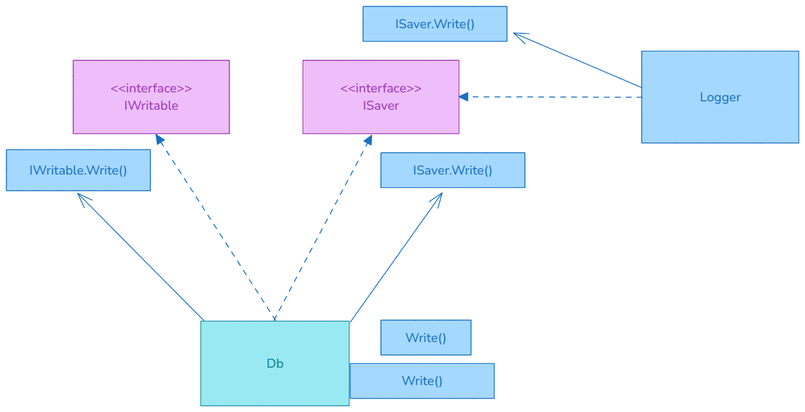
Above: img/10_interface.excalidraw.png in silvercodes/p41_dotnet_cs (Excalidraw), before the change. Source tidied: one line per element, renumbered; positions are measured from the earlier drawing's top-left corner, leaving out a move shared by most shapes.
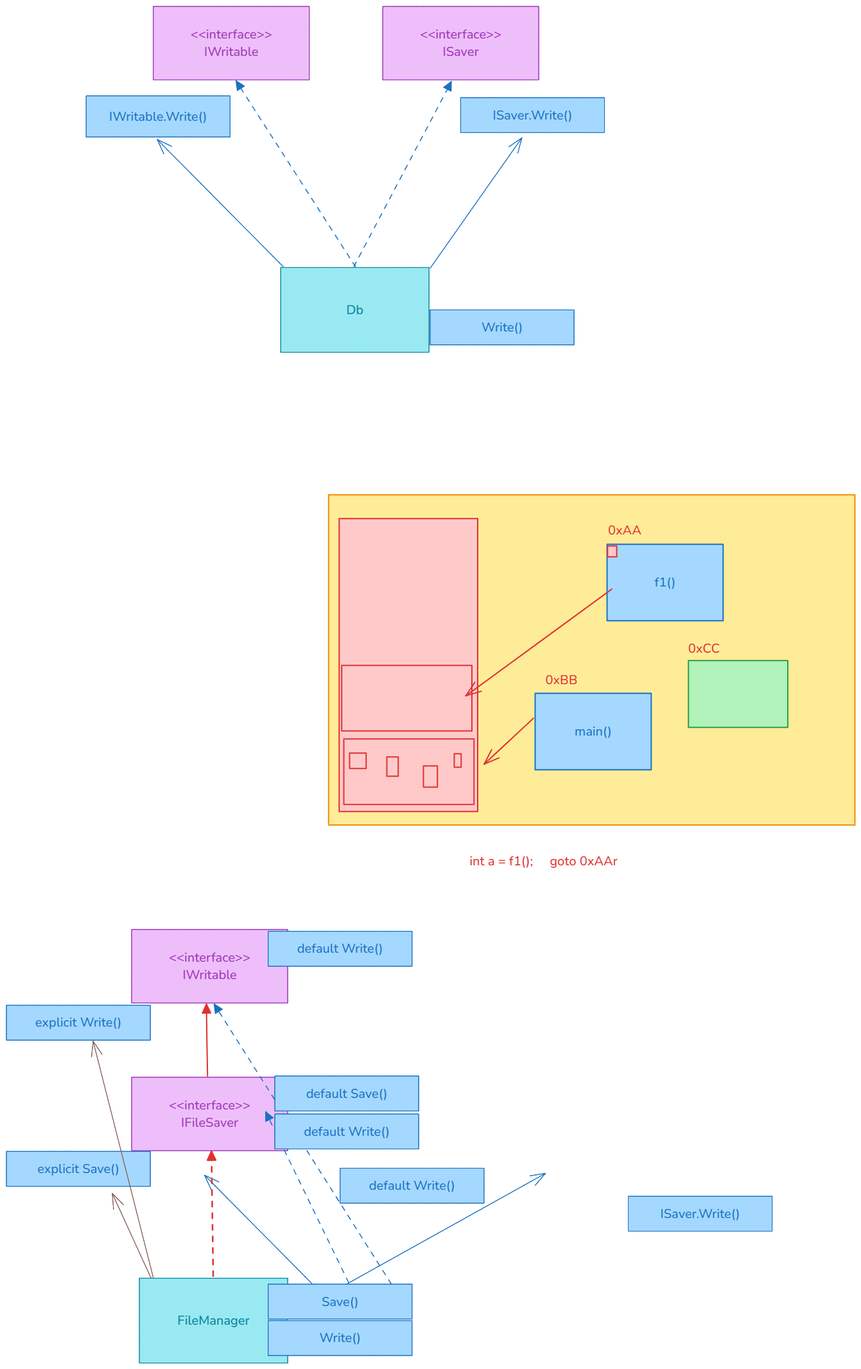
Above is the later version.

Diff of the diagram source:
```diff
@@ -7,10 +7,51 @@
 {"id": 6, "type": "arrow", "strokeColor": "#1971c2", "backgroundColor": "#a5d8ff", "fillStyle": "solid", "strokeWidth": 1, "strokeStyle": "dashed", "roughness": 0, "endArrowhead": "triangle", "round": true, "from": 4, "to": 0, "x": 419, "y": 405, "width": 186, "height": 289, "points": [[0, 0], [-186, -289]]}
 {"id": 7, "type": "arrow", "strokeColor": "#1971c2", "backgroundColor": "#a5d8ff", "fillStyle": "solid", "strokeWidth": 1, "strokeStyle": "dashed", "roughness": 0, "endArrowhead": "triangle", "round": true, "from": 4, "to": 2, "x": 417, "y": 405, "width": 152, "height": 288, "points": [[0, 0], [152, -288]]}
 {"id": 8, "type": "rectangle", "strokeColor": "#1971c2", "backgroundColor": "#a5d8ff", "fillStyle": "solid", "strokeWidth": 1, "roughness": 0, "x": 0, "y": 139, "width": 224, "height": 64}
-{"id": 9, "type": "text", "text": "IWritable.Write()", "strokeColor": "#1971c2", "backgroundColor": "#a5d8ff", "fillStyle": "solid", "strokeWidth": 1, "roughness": 0, "fontSize": 20, "fontFamily": 6, "textAlign": "center", "verticalAlign": "middle", "inside": 8, "x": 36, "y": 158, "width": 153, "height": 27}
+{"id": 9, "type": "text", "text": "IWritable.Write()", "strokeColor": "#1971c2", "backgroundColor": "#a5d8ff", "fillStyle": "solid", "strokeWidth": 1, "roughness": 0, "fontSize": 20, "fontFamily": 6, "textAlign": "center", "verticalAlign": "middle", "inside": 8, "x": 35, "y": 158, "width": 153, "height": 27}
-{"id": 10, "type": "rectangle", "strokeColor": "#1971c2", "backgroundColor": "#a5d8ff", "fillStyle": "solid", "strokeWidth": 1, "roughness": 0, "x": 583, "y": 144, "width": 224, "height": 54}
+{"id": 10, "type": "rectangle", "strokeColor": "#1971c2", "backgroundColor": "#a5d8ff", "fillStyle": "solid", "strokeWidth": 1, "roughness": 0, "x": 583, "y": 142, "width": 224, "height": 54}
-{"id": 11, "type": "text", "text": "ISaver.Write()", "strokeColor": "#1971c2", "backgroundColor": "#a5d8ff", "fillStyle": "solid", "strokeWidth": 1, "roughness": 0, "fontSize": 20, "fontFamily": 6, "textAlign": "center", "verticalAlign": "middle", "inside": 10, "x": 633, "y": 158, "width": 124, "height": 27}
+{"id": 11, "type": "text", "text": "ISaver.Write()", "strokeColor": "#1971c2", "backgroundColor": "#a5d8ff", "fillStyle": "solid", "strokeWidth": 1, "roughness": 0, "fontSize": 20, "fontFamily": 6, "textAlign": "center", "verticalAlign": "middle", "inside": 10, "x": 633, "y": 156, "width": 124, "height": 27}
 {"id": 12, "type": "arrow", "strokeColor": "#1971c2", "backgroundColor": "#a5d8ff", "fillStyle": "solid", "strokeWidth": 1, "roughness": 0, "endArrowhead": "arrow", "round": true, "from": 4, "to": 8, "x": 307, "y": 405, "width": 196, "height": 198, "points": [[0, 0], [-196, -198]]}
-{"id": 13, "type": "arrow", "strokeColor": "#1971c2", "backgroundColor": "#a5d8ff", "fillStyle": "solid", "strokeWidth": 1, "roughness": 0, "endArrowhead": "arrow", "round": true, "from": 4, "to": 10, "x": 535, "y": 408, "width": 143, "height": 202, "points": [[0, 0], [143, -202]]}
+{"id": 13, "type": "arrow", "strokeColor": "#1971c2", "backgroundColor": "#a5d8ff", "fillStyle": "solid", "strokeWidth": 1, "roughness": 0, "endArrowhead": "arrow", "round": true, "from": 4, "to": 10, "x": 535, "y": 408, "width": 143, "height": 203, "points": [[0, 0], [143, -203]]}
 {"id": 14, "type": "rectangle", "strokeColor": "#1971c2", "backgroundColor": "#a5d8ff", "fillStyle": "solid", "strokeWidth": 1, "roughness": 0, "x": 535, "y": 472, "width": 224, "height": 54}
 {"id": 15, "type": "text", "text": "Write()", "strokeColor": "#1971c2", "backgroundColor": "#a5d8ff", "fillStyle": "solid", "strokeWidth": 1, "roughness": 0, "fontSize": 20, "fontFamily": 6, "textAlign": "center", "verticalAlign": "middle", "inside": 14, "x": 615, "y": 486, "width": 65, "height": 27}
+{"id": 16, "type": "rectangle", "strokeColor": "#f08c00", "backgroundColor": "#ffec99", "fillStyle": "solid", "strokeWidth": 2, "roughness": 0, "x": 377, "y": 760, "width": 820, "height": 514}
+{"id": 17, "type": "rectangle", "strokeColor": "#2f9e44", "backgroundColor": "#b2f2bb", "fillStyle": "solid", "strokeWidth": 2, "roughness": 0, "x": 937, "y": 1018, "width": 155, "height": 104}
+{"id": 18, "type": "rectangle", "strokeColor": "#1971c2", "backgroundColor": "#a5d8ff", "fillStyle": "solid", "strokeWidth": 2, "roughness": 0, "x": 811, "y": 837, "width": 181, "height": 119}
+{"id": 19, "type": "text", "text": "f1()", "strokeColor": "#1971c2", "backgroundColor": "#a5d8ff", "fillStyle": "solid", "strokeWidth": 2, "roughness": 0, "fontSize": 20, "fontFamily": 6, "textAlign": "center", "verticalAlign": "middle", "inside": 18, "x": 885, "y": 883, "width": 33, "height": 27}
+{"id": 20, "type": "rectangle", "strokeColor": "#1971c2", "backgroundColor": "#a5d8ff", "fillStyle": "solid", "strokeWidth": 2, "roughness": 0, "x": 699, "y": 1069, "width": 181, "height": 119}
+{"id": 21, "type": "text", "text": "main()", "strokeColor": "#1971c2", "backgroundColor": "#a5d8ff", "fillStyle": "solid", "strokeWidth": 2, "roughness": 0, "fontSize": 20, "fontFamily": 6, "textAlign": "center", "verticalAlign": "middle", "inside": 20, "x": 760, "y": 1115, "width": 58, "height": 27}
+{"id": 22, "type": "rectangle", "strokeColor": "#e03131", "backgroundColor": "#ffc9c9", "fillStyle": "solid", "strokeWidth": 2, "roughness": 0, "x": 394, "y": 797, "width": 216, "height": 456}
+{"id": 23, "type": "rectangle", "strokeColor": "#e03131", "backgroundColor": "#ffc9c9", "fillStyle": "solid", "strokeWidth": 2, "roughness": 0, "x": 401, "y": 1140, "width": 203, "height": 102}
+{"id": 24, "type": "rectangle", "strokeColor": "#e03131", "backgroundColor": "#ffc9c9", "fillStyle": "solid", "strokeWidth": 2, "roughness": 0, "x": 410, "y": 1162, "width": 26, "height": 24}
+{"id": 25, "type": "rectangle", "strokeColor": "#e03131", "backgroundColor": "#ffc9c9", "fillStyle": "solid", "strokeWidth": 2, "roughness": 0, "x": 468, "y": 1168, "width": 18, "height": 30}
+{"id": 26, "type": "rectangle", "strokeColor": "#e03131", "backgroundColor": "#ffc9c9", "fillStyle": "solid", "strokeWidth": 2, "roughness": 0, "x": 525, "y": 1182, "width": 22, "height": 33}
+{"id": 27, "type": "rectangle", "strokeColor": "#e03131", "backgroundColor": "#ffc9c9", "fillStyle": "solid", "strokeWidth": 2, "roughness": 0, "x": 573, "y": 1163, "width": 11, "height": 21}
+{"id": 28, "type": "arrow", "strokeColor": "#e03131", "backgroundColor": "#ffc9c9", "fillStyle": "solid", "strokeWidth": 2, "roughness": 0, "endArrowhead": "arrow", "round": true, "from": 20, "to": 23, "x": 696, "y": 1108, "width": 77, "height": 71, "points": [[0, 0], [-77, 71]]}
+{"id": 29, "type": "text", "text": "int a = f1();     goto 0xAAr", "strokeColor": "#e03131", "backgroundColor": "#ffc9c9", "fillStyle": "solid", "strokeWidth": 2, "roughness": 0, "fontSize": 20, "fontFamily": 6, "x": 597, "y": 1317, "width": 231, "height": 27}
+{"id": 30, "type": "text", "text": "0xAA", "strokeColor": "#e03131", "backgroundColor": "#ffc9c9", "fillStyle": "solid", "strokeWidth": 2, "roughness": 0, "fontSize": 20, "fontFamily": 6, "x": 812, "y": 802, "width": 52, "height": 27}
+{"id": 31, "type": "text", "text": "0xBB", "strokeColor": "#e03131", "backgroundColor": "#ffc9c9", "fillStyle": "solid", "strokeWidth": 2, "roughness": 0, "fontSize": 20, "fontFamily": 6, "x": 715, "y": 1035, "width": 50, "height": 27}
+{"id": 32, "type": "text", "text": "0xCC", "strokeColor": "#e03131", "backgroundColor": "#ffc9c9", "fillStyle": "solid", "strokeWidth": 2, "roughness": 0, "fontSize": 20, "fontFamily": 6, "x": 937, "y": 986, "width": 49, "height": 27}
+{"id": 33, "type": "rectangle", "strokeColor": "#9c36b5", "backgroundColor": "#eebefa", "fillStyle": "solid", "strokeWidth": 1, "roughness": 0, "x": 70, "y": 1437, "width": 243, "height": 114}
+{"id": 34, "type": "text", "text": "<<interface>>\nIWritable", "strokeColor": "#9c36b5", "backgroundColor": "#eebefa", "fillStyle": "solid", "strokeWidth": 1, "roughness": 0, "fontSize": 20, "fontFamily": 6, "textAlign": "center", "verticalAlign": "middle", "inside": 33, "x": 128, "y": 1467, "width": 127, "height": 54}
+{"id": 35, "type": "rectangle", "strokeColor": "#9c36b5", "backgroundColor": "#eebefa", "fillStyle": "solid", "strokeWidth": 1, "roughness": 0, "x": 70, "y": 1667, "width": 243, "height": 114}
+{"id": 36, "type": "text", "text": "<<interface>>\nIFileSaver", "strokeColor": "#9c36b5", "backgroundColor": "#eebefa", "fillStyle": "solid", "strokeWidth": 1, "roughness": 0, "fontSize": 20, "fontFamily": 6, "textAlign": "center", "verticalAlign": "middle", "inside": 35, "x": 128, "y": 1697, "width": 127, "height": 54}
+{"id": 37, "type": "rectangle", "strokeColor": "#0c8599", "backgroundColor": "#99e9f2", "fillStyle": "solid", "strokeWidth": 1, "roughness": 0, "x": 82, "y": 1980, "width": 231, "height": 132}
+{"id": 38, "type": "text", "text": "FileManager", "strokeColor": "#0c8599", "backgroundColor": "#a5d8ff", "fillStyle": "solid", "strokeWidth": 1, "roughness": 0, "fontSize": 20, "fontFamily": 6, "textAlign": "center", "verticalAlign": "middle", "inside": 37, "x": 142, "y": 2032, "width": 113, "height": 27}
+{"id": 39, "type": "rectangle", "strokeColor": "#1971c2", "backgroundColor": "#a5d8ff", "fillStyle": "solid", "strokeWidth": 1, "roughness": 0, "x": 283, "y": 1440, "width": 224, "height": 54}
+{"id": 40, "type": "text", "text": "default Write()", "strokeColor": "#1971c2", "backgroundColor": "#a5d8ff", "fillStyle": "solid", "strokeWidth": 1, "roughness": 0, "fontSize": 20, "fontFamily": 6, "textAlign": "center", "verticalAlign": "middle", "inside": 39, "x": 328, "y": 1453, "width": 134, "height": 27}
+{"id": 41, "type": "arrow", "strokeColor": "#e03131", "backgroundColor": "#ffc9c9", "fillStyle": "solid", "strokeWidth": 2, "roughness": 0, "endArrowhead": "triangle", "round": true, "from": 35, "to": 33, "x": 189, "y": 1665, "width": 2, "height": 112, "points": [[0, 0], [-2, -112]]}
+{"id": 42, "type": "arrow", "strokeColor": "#e03131", "backgroundColor": "#ffc9c9", "fillStyle": "solid", "strokeWidth": 2, "strokeStyle": "dashed", "roughness": 0, "endArrowhead": "triangle", "round": true, "from": 37, "to": 35, "x": 197, "y": 1976, "width": 3, "height": 194, "points": [[0, 0], [-3, -194]]}
+{"id": 43, "type": "rectangle", "strokeColor": "#1971c2", "backgroundColor": "#a5d8ff", "fillStyle": "solid", "strokeWidth": 1, "roughness": 0, "x": 293, "y": 1724, "width": 224, "height": 54}
+{"id": 44, "type": "text", "text": "default Write()", "strokeColor": "#1971c2", "backgroundColor": "#a5d8ff", "fillStyle": "solid", "strokeWidth": 1, "roughness": 0, "fontSize": 20, "fontFamily": 6, "textAlign": "center", "verticalAlign": "middle", "inside": 43, "x": 338, "y": 1738, "width": 134, "height": 27}
+{"id": 45, "type": "rectangle", "strokeColor": "#1971c2", "backgroundColor": "#a5d8ff", "fillStyle": "solid", "strokeWidth": 1, "roughness": 0, "x": 293, "y": 1665, "width": 224, "height": 54}
+{"id": 46, "type": "text", "text": "default Save()", "strokeColor": "#1971c2", "backgroundColor": "#a5d8ff", "fillStyle": "solid", "strokeWidth": 1, "roughness": 0, "fontSize": 20, "fontFamily": 6, "textAlign": "center", "verticalAlign": "middle", "inside": 45, "x": 342, "y": 1679, "width": 127, "height": 27}
+{"id": 47, "type": "rectangle", "strokeColor": "#1971c2", "backgroundColor": "#a5d8ff", "fillStyle": "solid", "strokeWidth": 1, "roughness": 0, "x": 283, "y": 2046, "width": 224, "height": 54}
+{"id": 48, "type": "text", "text": "Write()", "strokeColor": "#1971c2", "backgroundColor": "#a5d8ff", "fillStyle": "solid", "strokeWidth": 1, "roughness": 0, "fontSize": 20, "fontFamily": 6, "textAlign": "center", "verticalAlign": "middle", "inside": 47, "x": 363, "y": 2059, "width": 65, "height": 27}
+{"id": 49, "type": "rectangle", "strokeColor": "#1971c2", "backgroundColor": "#a5d8ff", "fillStyle": "solid", "strokeWidth": 1, "roughness": 0, "x": 283, "y": 1989, "width": 224, "height": 54}
+{"id": 50, "type": "text", "text": "Save()", "strokeColor": "#1971c2", "backgroundColor": "#a5d8ff", "fillStyle": "solid", "strokeWidth": 1, "roughness": 0, "fontSize": 20, "fontFamily": 6, "textAlign": "center", "verticalAlign": "middle", "inside": 49, "x": 366, "y": 2003, "width": 58, "height": 27}
+{"id": 51, "type": "rectangle", "strokeColor": "#1971c2", "backgroundColor": "#a5d8ff", "fillStyle": "solid", "strokeWidth": 1, "roughness": 0, "x": -125, "y": 1555, "width": 224, "height": 54}
+{"id": 52, "type": "text", "text": "explicit Write()", "strokeColor": "#1971c2", "backgroundColor": "#a5d8ff", "fillStyle": "solid", "strokeWidth": 1, "roughness": 0, "fontSize": 20, "fontFamily": 6, "textAlign": "center", "verticalAlign": "middle", "inside": 51, "x": -80, "y": 1568, "width": 135, "height": 27}
+{"id": 53, "type": "rectangle", "strokeColor": "#1971c2", "backgroundColor": "#a5d8ff", "fillStyle": "solid", "strokeWidth": 1, "roughness": 0, "x": -125, "y": 1782, "width": 224, "height": 54}
+{"id": 54, "type": "text", "text": "explicit Save()", "strokeColor": "#1971c2", "backgroundColor": "#a5d8ff", "fillStyle": "solid", "strokeWidth": 1, "roughness": 0, "fontSize": 20, "fontFamily": 6, "textAlign": "center", "verticalAlign": "middle", "inside": 53, "x": -77, "y": 1796, "width": 128, "height": 27}
+{"id": 55, "type": "arrow", "strokeColor": "#846358", "backgroundColor": "#ffc9c9", "fillStyle": "solid", "strokeWidth": 1, "roughness": 0, "endArrowhead": "arrow", "from": 37, "to": 53, "x": 100, "y": 1979, "width": 60, "height": 131, "points": [[0, 0], [-60, -131]]}
+{"id": 56, "type": "arrow", "strokeColor": "#846358", "backgroundColor": "#ffc9c9", "fillStyle": "solid", "strokeWidth": 1, "roughness": 0, "endArrowhead": "arrow", "from": 37, "to": 51, "x": 104, "y": 1979, "width": 94, "height": 368, "points": [[0, 0], [-94, -368]]}
```
